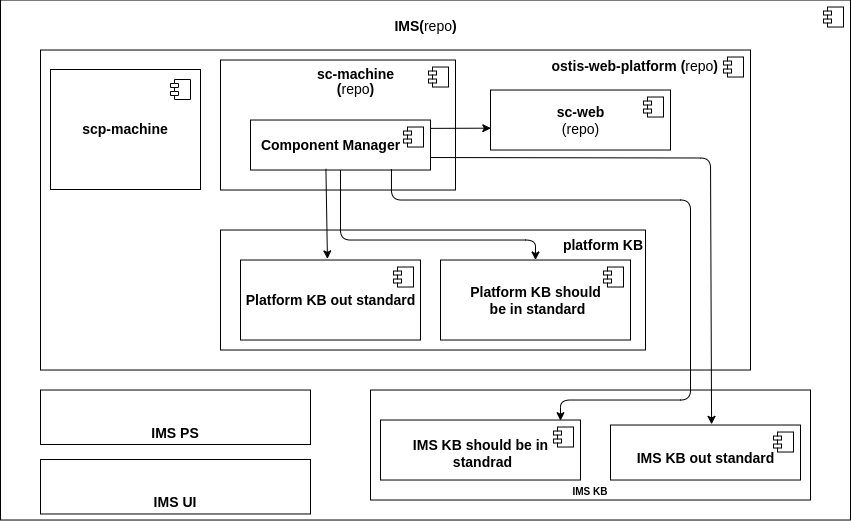
This is docs/images/metasystem_architecture.png from ostis-ai/ostis-metasystem, a draw.io export, as it was before one commit. Source tidied: cells renumbered, new cells last; positions are measured from the earlier drawing's top-left corner, leaving out a move shared by most shapes.
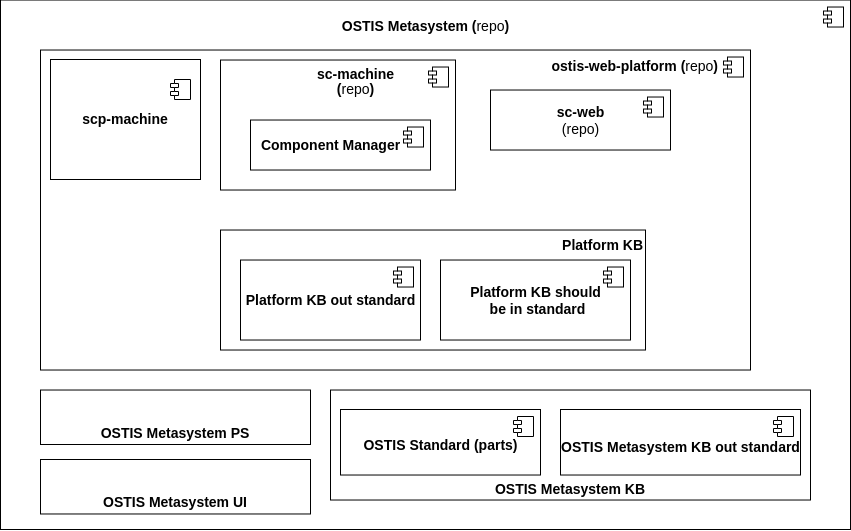
The same file after the commit.

Change to the diagram source:
```diff
@@ -2,8 +2,8 @@
   <root>
     <mxCell id="0" />
     <mxCell id="1" parent="0" />
-    <mxCell id="2" value="&lt;p style=&quot;line-height: 120%;&quot;&gt;&lt;span style=&quot;font-size: 14px;&quot;&gt;&lt;b&gt;IMS(&lt;/b&gt;repo&lt;b&gt;)&lt;/b&gt;&lt;/span&gt;&lt;/p&gt;" style="html=1;fillColor=none;align=center;verticalAlign=top;" parent="1" vertex="1">
-      <mxGeometry y="-0.5" width="850" height="520" as="geometry" />
+    <mxCell id="2" value="&lt;p style=&quot;line-height: 120%;&quot;&gt;&lt;span style=&quot;font-size: 14px;&quot;&gt;&lt;b&gt;OSTIS Metasystem (&lt;/b&gt;repo&lt;b&gt;)&lt;/b&gt;&lt;/span&gt;&lt;/p&gt;" style="html=1;fillColor=none;align=center;verticalAlign=top;" parent="1" vertex="1">
+      <mxGeometry y="-0.5" width="850" height="529.5" as="geometry" />
     </mxCell>
     <mxCell id="3" style="shape=module;jettyWidth=8;jettyHeight=4;" parent="2" vertex="1">
       <mxGeometry x="1" width="20" height="20" relative="1" as="geometry">
@@ -18,11 +18,11 @@
         <mxPoint x="-27" y="7" as="offset" />
       </mxGeometry>
     </mxCell>
-    <mxCell id="6" value="&lt;font style=&quot;font-size: 14px&quot;&gt;&lt;b&gt;platform KB&lt;/b&gt;&lt;/font&gt;" style="rounded=0;whiteSpace=wrap;html=1;fillColor=none;verticalAlign=top;align=right;" parent="1" vertex="1">
+    <mxCell id="6" value="&lt;font style=&quot;font-size: 14px&quot;&gt;&lt;b&gt;Platform KB&lt;/b&gt;&lt;/font&gt;" style="rounded=0;whiteSpace=wrap;html=1;fillColor=none;verticalAlign=top;align=right;" parent="1" vertex="1">
       <mxGeometry x="220" y="229.5" width="425" height="120" as="geometry" />
     </mxCell>
-    <mxCell id="7" value="&lt;font size=&quot;1&quot;&gt;&lt;b&gt;IMS KB&lt;/b&gt;&lt;/font&gt;" style="rounded=0;whiteSpace=wrap;html=1;fillColor=none;verticalAlign=bottom;" parent="1" vertex="1">
-      <mxGeometry x="370" y="389.5" width="440" height="110" as="geometry" />
+    <mxCell id="7" value="&lt;b style=&quot;border-color: var(--border-color);&quot;&gt;&lt;font style=&quot;border-color: var(--border-color); font-size: 14px;&quot;&gt;OSTIS Metasystem KB&lt;/font&gt;&lt;/b&gt;" style="rounded=0;whiteSpace=wrap;html=1;fillColor=none;verticalAlign=bottom;" parent="1" vertex="1">
+      <mxGeometry x="330" y="389.5" width="480" height="110" as="geometry" />
     </mxCell>
     <mxCell id="8" value="&lt;p style=&quot;line-height: 120%&quot;&gt;&lt;span style=&quot;font-size: 14px&quot;&gt;&lt;b&gt;sc-machine&lt;br&gt;&lt;/b&gt;&lt;/span&gt;&lt;b style=&quot;font-size: 14px&quot;&gt;(&lt;/b&gt;&lt;span style=&quot;font-size: 14px&quot;&gt;repo&lt;/span&gt;&lt;b style=&quot;font-size: 14px&quot;&gt;)&lt;/b&gt;&lt;/p&gt;" style="html=1;fillColor=none;align=center;verticalAlign=top;spacingTop=-12;spacingBottom=0;spacingLeft=35;" parent="1" vertex="1">
       <mxGeometry x="220" y="59.5" width="235" height="130" as="geometry" />
@@ -48,16 +48,16 @@
         <mxPoint x="-27" y="7" as="offset" />
       </mxGeometry>
     </mxCell>
-    <mxCell id="14" value="&lt;span style=&quot;font-size: 14px;&quot;&gt;&lt;b&gt;IMS KB out standard&lt;/b&gt;&lt;b&gt;&lt;br&gt;&lt;/b&gt;&lt;/span&gt;" style="html=1;spacingTop=11;" parent="1" vertex="1">
-      <mxGeometry x="610" y="424.5" width="190" height="55" as="geometry" />
+    <mxCell id="14" value="&lt;b style=&quot;border-color: var(--border-color);&quot;&gt;&lt;font style=&quot;border-color: var(--border-color); font-size: 14px;&quot;&gt;OSTIS Metasystem&lt;/font&gt;&lt;/b&gt;&lt;span style=&quot;font-size: 14px;&quot;&gt;&lt;b&gt;&amp;nbsp;KB out standard&lt;/b&gt;&lt;b&gt;&lt;br&gt;&lt;/b&gt;&lt;/span&gt;" style="html=1;spacingTop=11;" parent="1" vertex="1">
+      <mxGeometry x="560" y="409" width="240" height="65.5" as="geometry" />
     </mxCell>
     <mxCell id="15" style="shape=module;jettyWidth=8;jettyHeight=4;" parent="14" vertex="1">
       <mxGeometry x="1" width="20" height="20" relative="1" as="geometry">
         <mxPoint x="-27" y="7" as="offset" />
       </mxGeometry>
     </mxCell>
-    <mxCell id="16" value="&lt;b style=&quot;font-size: 14px&quot;&gt;IMS KB should be in&lt;br&gt;&amp;nbsp;standrad&lt;/b&gt;&lt;span style=&quot;font-size: 14px&quot;&gt;&lt;b&gt;&lt;br&gt;&lt;/b&gt;&lt;/span&gt;" style="html=1;spacingTop=7;" parent="1" vertex="1">
-      <mxGeometry x="380" y="419.5" width="200" height="60" as="geometry" />
+    <mxCell id="16" value="&lt;span style=&quot;font-size: 14px&quot;&gt;&lt;b&gt;OSTIS Standard (parts)&lt;br&gt;&lt;/b&gt;&lt;/span&gt;" style="html=1;spacingTop=7;" parent="1" vertex="1">
+      <mxGeometry x="340" y="409" width="200" height="65.5" as="geometry" />
     </mxCell>
     <mxCell id="17" style="shape=module;jettyWidth=8;jettyHeight=4;" parent="16" vertex="1">
       <mxGeometry x="1" width="20" height="20" relative="1" as="geometry">
@@ -80,48 +80,17 @@
         <mxPoint x="-27" y="7" as="offset" />
       </mxGeometry>
     </mxCell>
-    <mxCell id="22" style="endArrow=classic;html=1;exitX=1.002;exitY=0.167;exitDx=0;exitDy=0;entryX=0.002;entryY=0.636;entryDx=0;entryDy=0;entryPerimeter=0;exitPerimeter=0;" parent="1" edge="1" source="18" target="12">
-      <mxGeometry relative="1" as="geometry" />
+    <mxCell id="22" value="&lt;b&gt;&lt;font style=&quot;font-size: 14px;&quot;&gt;scp-machine&lt;/font&gt;&lt;/b&gt;" style="rounded=0;whiteSpace=wrap;html=1;fillColor=none;" parent="1" vertex="1">
+      <mxGeometry x="50" y="59" width="150" height="120" as="geometry" />
     </mxCell>
-    <mxCell id="23" style="endArrow=classic;html=1;entryX=0.483;entryY=-0.014;entryDx=0;entryDy=0;exitX=0.419;exitY=0.976;exitDx=0;exitDy=0;exitPerimeter=0;entryPerimeter=0;" parent="1" edge="1" source="18" target="20">
-      <mxGeometry relative="1" as="geometry" />
+    <mxCell id="23" style="shape=module;jettyWidth=8;jettyHeight=4;" parent="1" vertex="1">
+      <mxGeometry x="170" y="79" width="20" height="20" as="geometry" />
     </mxCell>
-    <mxCell id="24" style="endArrow=classic;html=1;exitX=0.5;exitY=1;exitDx=0;exitDy=0;entryX=0.5;entryY=0;entryDx=0;entryDy=0;" parent="1" edge="1" source="18" target="10">
-      <mxGeometry relative="1" as="geometry">
-        <Array as="points">
-          <mxPoint x="340" y="239.5" />
-          <mxPoint x="535" y="239.5" />
-        </Array>
-      </mxGeometry>
+    <mxCell id="24" value="&lt;b style=&quot;&quot;&gt;&lt;font style=&quot;font-size: 14px;&quot;&gt;OSTIS Metasystem PS&lt;/font&gt;&lt;/b&gt;" style="rounded=0;whiteSpace=wrap;html=1;fillColor=none;verticalAlign=bottom;" parent="1" vertex="1">
+      <mxGeometry x="40" y="389.5" width="270" height="54.5" as="geometry" />
     </mxCell>
-    <mxCell id="25" style="endArrow=classic;html=1;exitX=0.783;exitY=0.983;exitDx=0;exitDy=0;exitPerimeter=0;entryX=0.9;entryY=0.011;entryDx=0;entryDy=0;entryPerimeter=0;" parent="1" edge="1" source="18" target="16">
-      <mxGeometry relative="1" as="geometry">
-        <Array as="points">
-          <mxPoint x="391" y="199.5" />
-          <mxPoint x="690" y="199.5" />
-          <mxPoint x="690" y="399.5" />
-          <mxPoint x="560" y="399.5" />
-        </Array>
-      </mxGeometry>
+    <mxCell id="25" value="&lt;b style=&quot;border-color: var(--border-color);&quot;&gt;&lt;font style=&quot;border-color: var(--border-color); font-size: 14px;&quot;&gt;OSTIS Metasystem&lt;/font&gt;&lt;/b&gt;&lt;b style=&quot;&quot;&gt;&lt;font style=&quot;font-size: 14px;&quot;&gt;&amp;nbsp;UI&lt;/font&gt;&lt;/b&gt;" style="rounded=0;whiteSpace=wrap;html=1;fillColor=none;verticalAlign=bottom;" parent="1" vertex="1">
+      <mxGeometry x="40" y="459" width="270" height="54.5" as="geometry" />
     </mxCell>
-    <mxCell id="26" style="endArrow=classic;html=1;exitX=1;exitY=0.75;exitDx=0;exitDy=0;entryX=0.532;entryY=-0.012;entryDx=0;entryDy=0;entryPerimeter=0;" parent="1" edge="1" source="18" target="14">
-      <mxGeometry relative="1" as="geometry">
-        <Array as="points">
-          <mxPoint x="710" y="157.5" />
-        </Array>
-      </mxGeometry>
-    </mxCell>
-    <mxCell id="27" value="&lt;b&gt;&lt;font style=&quot;font-size: 14px;&quot;&gt;scp-machine&lt;/font&gt;&lt;/b&gt;" style="rounded=0;whiteSpace=wrap;html=1;fillColor=none;" parent="1" vertex="1">
-      <mxGeometry x="50" y="69" width="150" height="120" as="geometry" />
-    </mxCell>
-    <mxCell id="28" style="shape=module;jettyWidth=8;jettyHeight=4;" parent="1" vertex="1">
-      <mxGeometry x="170" y="79" width="20" height="20" as="geometry" />
-    </mxCell>
-    <mxCell id="29" value="&lt;b style=&quot;&quot;&gt;&lt;font style=&quot;font-size: 14px;&quot;&gt;IMS PS&lt;/font&gt;&lt;/b&gt;" style="rounded=0;whiteSpace=wrap;html=1;fillColor=none;verticalAlign=bottom;" parent="1" vertex="1">
-      <mxGeometry x="40" y="389.5" width="270" height="54.5" as="geometry" />
-    </mxCell>
-    <mxCell id="30" value="&lt;b style=&quot;&quot;&gt;&lt;font style=&quot;font-size: 14px;&quot;&gt;IMS UI&lt;/font&gt;&lt;/b&gt;" style="rounded=0;whiteSpace=wrap;html=1;fillColor=none;verticalAlign=bottom;" parent="1" vertex="1">
-      <mxGeometry x="40" y="459" width="270" height="54.5" as="geometry" />
-    </mxCell>
   </root>
 </mxGraphModel>
```
